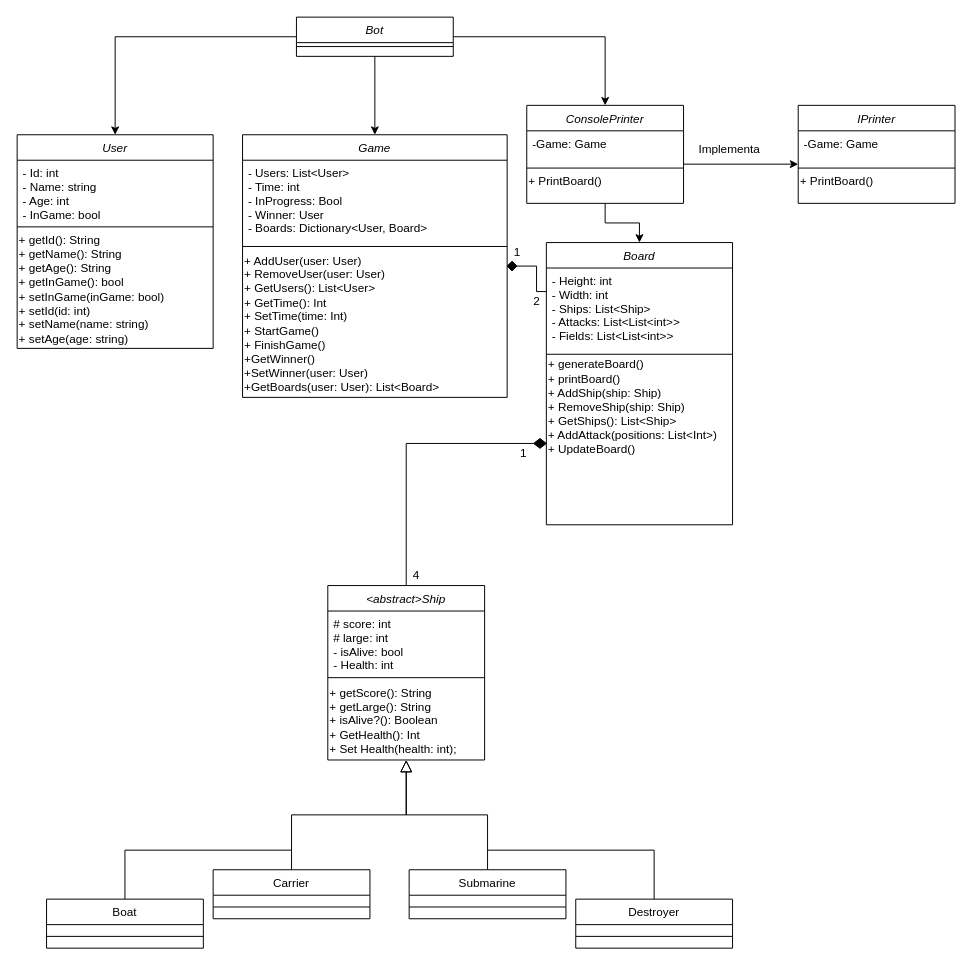
Before: docs/UML.drawio in Joelit0/Chatbot_Proyect, a draw.io diagram. Source tidied: cells renumbered, new cells numbered last; positions are measured from the earlier drawing's top-left corner, leaving out a move shared by most shapes. Both pictures are drawn from the tidied source at 98%, with x=0, y=0 at pixel (17, 17).
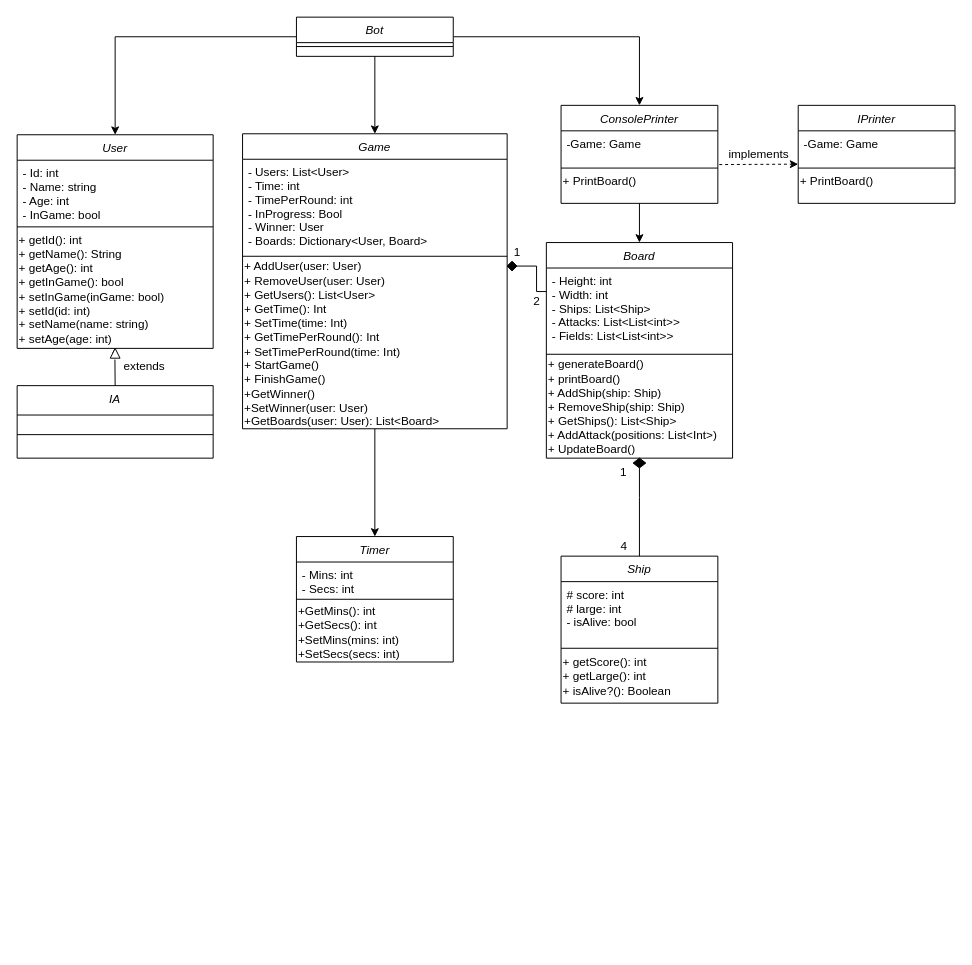
The same page after the edit.

The change refers to these unchanged cells:
```xml
<mxCell id="18" value="User" style="swimlane;fontStyle=2;align=center;verticalAlign=top;horizontal=1;startSize=26;rounded=0;shadow=0;strokeWidth=1;" parent="1" vertex="1">
  <mxGeometry y="120" width="200" height="218" as="geometry" />
</mxCell>
<mxCell id="36" value="-Game: Game" style="text;align=left;verticalAlign=top;spacingLeft=4;spacingRight=4;overflow=hidden;points=[[0,0.5],[1,0.5]];portConstraint=eastwest;rounded=0;shadow=0;html=0;" parent="35" vertex="1">
  <mxGeometry y="26" width="160" height="34" as="geometry" />
</mxCell>
<mxCell id="45" value="-Game: Game" style="text;align=left;verticalAlign=top;spacingLeft=4;spacingRight=4;overflow=hidden;points=[[0,0.5],[1,0.5]];portConstraint=eastwest;rounded=0;shadow=0;html=0;" parent="44" vertex="1">
  <mxGeometry y="26" width="160" height="34" as="geometry" />
</mxCell>
```

Diff of the diagram source:
```diff
@@
-    <mxCell id="2" value="&lt;abstract&gt;Ship" style="swimlane;fontStyle=2;align=center;verticalAlign=top;horizontal=1;startSize=26;rounded=0;shadow=0;strokeWidth=1;" parent="1" vertex="1">
-      <mxGeometry x="317" y="580" width="160" height="178" as="geometry" />
+    <mxCell id="2" value="Ship" style="swimlane;fontStyle=2;align=center;verticalAlign=top;horizontal=1;startSize=26;rounded=0;shadow=0;strokeWidth=1;" parent="1" vertex="1">
+      <mxGeometry x="555" y="550" width="160" height="150" as="geometry" />
     </mxCell>
-    <mxCell id="3" value="# score: int&#10;# large: int&#10;- isAlive: bool&#10;- Health: int" style="text;align=left;verticalAlign=top;spacingLeft=4;spacingRight=4;overflow=hidden;rounded=0;shadow=0;html=0;" parent="2" vertex="1">
+    <mxCell id="3" value="# score: int&#10;# large: int&#10;- isAlive: bool" style="text;align=left;verticalAlign=top;spacingLeft=4;spacingRight=4;overflow=hidden;rounded=0;shadow=0;html=0;" parent="2" vertex="1">
       <mxGeometry y="26" width="160" height="64" as="geometry" />
     </mxCell>
@@
-    <mxCell id="5" value="+ getScore(): String&lt;br&gt;+ getLarge(): String&lt;br&gt;+ isAlive?(): Boolean&lt;br&gt;+ GetHealth(): Int&lt;br&gt;+ Set Health(health: int);" style="text;html=1;align=left;verticalAlign=middle;strokeColor=none;fillColor=none;" parent="2" vertex="1">
-      <mxGeometry y="98" width="160" height="80" as="geometry" />
+    <mxCell id="5" value="+ getScore(): int&lt;br&gt;+ getLarge(): int&lt;br&gt;+ isAlive?(): Boolean" style="text;html=1;align=left;verticalAlign=middle;strokeColor=none;fillColor=none;" parent="2" vertex="1">
+      <mxGeometry y="98" width="160" height="50" as="geometry" />
     </mxCell>
-    <mxCell id="6" value="Carrier" style="swimlane;fontStyle=0;align=center;verticalAlign=top;horizontal=1;startSize=26;rounded=0;shadow=0;strokeWidth=1;" parent="1" vertex="1">
-      <mxGeometry x="200" y="870" width="160" height="50" as="geometry" />
-    </mxCell>
-    <mxCell id="7" style="line;html=1;strokeWidth=1;align=left;verticalAlign=middle;spacingTop=-1;spacingLeft=3;spacingRight=3;labelPosition=right;" parent="6" vertex="1">
-      <mxGeometry y="26" width="160" height="24" as="geometry" />
-    </mxCell>
-    <mxCell id="8" style="endArrow=block;endSize=10;endFill=0;shadow=0;strokeWidth=1;rounded=0;edgeStyle=elbowEdgeStyle;elbow=vertical;" parent="1" edge="1" source="6" target="2">
-      <mxGeometry relative="1" as="geometry" />
-    </mxCell>
-    <mxCell id="9" style="endArrow=block;endSize=10;endFill=0;shadow=0;strokeWidth=1;rounded=0;edgeStyle=elbowEdgeStyle;elbow=vertical;exitX=0.5;exitY=0;exitDx=0;exitDy=0;" parent="1" edge="1" source="10" target="2">
-      <mxGeometry relative="1" as="geometry" />
-    </mxCell>
-    <mxCell id="10" value="Submarine" style="swimlane;fontStyle=0;align=center;verticalAlign=top;horizontal=1;startSize=26;rounded=0;shadow=0;strokeWidth=1;" parent="1" vertex="1">
-      <mxGeometry x="400" y="870" width="160" height="50" as="geometry" />
-    </mxCell>
-    <mxCell id="11" style="line;html=1;strokeWidth=1;align=left;verticalAlign=middle;spacingTop=-1;spacingLeft=3;spacingRight=3;labelPosition=right;" parent="10" vertex="1">
-      <mxGeometry y="26" width="160" height="24" as="geometry" />
-    </mxCell>
-    <mxCell id="12" value="Boat" style="swimlane;fontStyle=0;align=center;verticalAlign=top;horizontal=1;startSize=26;rounded=0;shadow=0;strokeWidth=1;" parent="1" vertex="1">
-      <mxGeometry x="30" y="900" width="160" height="50" as="geometry" />
-    </mxCell>
-    <mxCell id="13" style="line;html=1;strokeWidth=1;align=left;verticalAlign=middle;spacingTop=-1;spacingLeft=3;spacingRight=3;labelPosition=right;" parent="12" vertex="1">
-      <mxGeometry y="26" width="160" height="24" as="geometry" />
-    </mxCell>
-    <mxCell id="14" value="Destroyer" style="swimlane;fontStyle=0;align=center;verticalAlign=top;horizontal=1;startSize=26;rounded=0;shadow=0;strokeWidth=1;" parent="1" vertex="1">
-      <mxGeometry x="570" y="900" width="160" height="50" as="geometry" />
-    </mxCell>
-    <mxCell id="15" style="line;html=1;strokeWidth=1;align=left;verticalAlign=middle;spacingTop=-1;spacingLeft=3;spacingRight=3;labelPosition=right;" parent="14" vertex="1">
-      <mxGeometry y="26" width="160" height="24" as="geometry" />
-    </mxCell>
-    <mxCell id="16" style="endArrow=none;html=1;rounded=0;exitX=0.5;exitY=0;exitDx=0;exitDy=0;" parent="1" edge="1" source="14">
-      <mxGeometry relative="1" as="geometry">
-        <mxPoint x="480" y="850" as="targetPoint" />
-        <Array as="points">
-          <mxPoint x="650" y="850" />
-        </Array>
-      </mxGeometry>
-    </mxCell>
-    <mxCell id="17" style="endArrow=none;html=1;rounded=0;exitX=0.5;exitY=0;exitDx=0;exitDy=0;" parent="1" edge="1" source="12">
-      <mxGeometry relative="1" as="geometry">
-        <mxPoint x="280" y="850" as="targetPoint" />
-        <Array as="points">
-          <mxPoint x="110" y="850" />
-        </Array>
-      </mxGeometry>
-    </mxCell>
@@
-    <mxCell id="21" value="+ getId(): String&lt;br&gt;+ getName(): String&lt;br&gt;+ getAge(): String&lt;br&gt;+ getInGame(): bool&lt;br&gt;+ setInGame(inGame: bool)&lt;br&gt;+ setId(id: int)&lt;br&gt;+ setName(name: string)&lt;br&gt;+ setAge(age: string)" style="text;html=1;align=left;verticalAlign=middle;points=[];strokeColor=none;fillColor=none;" parent="18" vertex="1">
+    <mxCell id="21" value="+ getId(): int&lt;br&gt;+ getName(): String&lt;br&gt;+ getAge(): int&lt;br&gt;+ getInGame(): bool&lt;br&gt;+ setInGame(inGame: bool)&lt;br&gt;+ setId(id: int)&lt;br&gt;+ setName(name: string)&lt;br&gt;+ setAge(age: int)" style="text;html=1;align=left;verticalAlign=middle;points=[];strokeColor=none;fillColor=none;" parent="18" vertex="1">
       <mxGeometry y="98" width="200" height="120" as="geometry" />
     </mxCell>
     <mxCell id="22" value="Board" style="swimlane;fontStyle=2;align=center;verticalAlign=top;horizontal=1;startSize=26;rounded=0;shadow=0;strokeWidth=1;" parent="1" vertex="1">
-      <mxGeometry x="540" y="230" width="190" height="288" as="geometry" />
+      <mxGeometry x="540" y="230" width="190" height="220" as="geometry" />
     </mxCell>
@@
     <mxCell id="31" value="Game" style="swimlane;fontStyle=2;align=center;verticalAlign=top;horizontal=1;startSize=26;rounded=0;shadow=0;strokeWidth=1;" parent="1" vertex="1">
-      <mxGeometry x="230" y="120" width="270" height="268" as="geometry" />
+      <mxGeometry x="230" y="119" width="270" height="301" as="geometry" />
     </mxCell>
-    <mxCell id="32" value="- Users: List&lt;User&gt;&#10;- Time: int&#10;- InProgress: Bool&#10;- Winner: User&#10;- Boards: Dictionary&lt;User, Board&gt;&#10;" style="text;align=left;verticalAlign=top;spacingLeft=4;spacingRight=4;overflow=hidden;rounded=0;shadow=0;html=0;" parent="31" vertex="1">
-      <mxGeometry y="26" width="270" height="84" as="geometry" />
+    <mxCell id="32" value="- Users: List&lt;User&gt;&#10;- Time: int&#10;- TimePerRound: int&#10;- InProgress: Bool&#10;- Winner: User&#10;- Boards: Dictionary&lt;User, Board&gt;&#10;" style="text;align=left;verticalAlign=top;spacingLeft=4;spacingRight=4;overflow=hidden;rounded=0;shadow=0;html=0;" parent="31" vertex="1">
+      <mxGeometry y="26" width="270" height="94" as="geometry" />
     </mxCell>
     <mxCell id="33" style="line;html=1;strokeWidth=1;align=left;verticalAlign=middle;spacingTop=-1;spacingLeft=3;spacingRight=3;labelPosition=right;" parent="31" vertex="1">
-      <mxGeometry y="110" width="270" height="8" as="geometry" />
+      <mxGeometry y="120" width="270" height="10" as="geometry" />
     </mxCell>
-    <mxCell id="34" value="+ AddUser(user: User)&lt;br&gt;+ RemoveUser(user: User)&lt;br&gt;+ GetUsers(): List&amp;lt;User&amp;gt;&lt;br&gt;+ GetTime(): Int&lt;br&gt;+ SetTime(time: Int)&lt;br&gt;+ StartGame()&lt;br&gt;+ FinishGame()&lt;br&gt;+GetWinner()&lt;br&gt;+SetWinner(user: User)&lt;br&gt;+GetBoards(user: User): List&amp;lt;Board&amp;gt;" style="text;html=1;align=left;verticalAlign=middle;strokeColor=none;fillColor=none;" parent="31" vertex="1">
-      <mxGeometry y="118" width="270" height="150" as="geometry" />
+    <mxCell id="34" value="+ AddUser(user: User)&lt;br&gt;+ RemoveUser(user: User)&lt;br&gt;+ GetUsers(): List&amp;lt;User&amp;gt;&lt;br&gt;+ GetTime(): Int&lt;br&gt;+ SetTime(time: Int)&lt;br&gt;+ GetTimePerRound(): Int&lt;br&gt;+ SetTimePerRound(time: Int)&lt;br&gt;+ StartGame()&lt;br&gt;+ FinishGame()&lt;br&gt;+GetWinner()&lt;br&gt;+SetWinner(user: User)&lt;br&gt;+GetBoards(user: User): List&amp;lt;Board&amp;gt;" style="text;html=1;align=left;verticalAlign=middle;strokeColor=none;fillColor=none;" parent="31" vertex="1">
+      <mxGeometry y="130" width="270" height="170" as="geometry" />
     </mxCell>
     <mxCell id="35" value="ConsolePrinter" style="swimlane;fontStyle=2;align=center;verticalAlign=top;horizontal=1;startSize=26;rounded=0;shadow=0;strokeWidth=1;" parent="1" vertex="1">
-      <mxGeometry x="520" y="90" width="160" height="100" as="geometry" />
+      <mxGeometry x="555" y="90" width="160" height="100" as="geometry" />
     </mxCell>
@@
-    <mxCell id="48" style="endArrow=classic;html=1;rounded=0;entryX=0;entryY=1;entryDx=0;entryDy=0;entryPerimeter=0;" parent="1" edge="1" target="45">
-      <mxGeometry relative="1" as="geometry">
-        <mxPoint x="680" y="150" as="sourcePoint" />
-      </mxGeometry>
-    </mxCell>
-    <mxCell id="49" value="Implementa" style="text;html=1;strokeColor=none;fillColor=none;align=center;verticalAlign=middle;whiteSpace=wrap;rounded=0;" parent="1" vertex="1">
-      <mxGeometry x="697" y="120" width="60" height="30" as="geometry" />
+    <mxCell id="49" value="implements" style="text;html=1;strokeColor=none;fillColor=none;align=center;verticalAlign=middle;whiteSpace=wrap;rounded=0;" parent="1" vertex="1">
+      <mxGeometry x="727" y="125" width="60" height="30" as="geometry" />
     </mxCell>
-    <mxCell id="50" style="rhombus;whiteSpace=wrap;html=1;fillColor=#000000;" parent="1" vertex="1">
-      <mxGeometry x="527" y="430" width="13" height="10" as="geometry" />
-    </mxCell>
-    <mxCell id="51" style="endArrow=none;html=1;rounded=0;exitX=0.5;exitY=0;exitDx=0;exitDy=0;entryX=0;entryY=0.5;entryDx=0;entryDy=0;" parent="1" edge="1" source="2" target="50">
-      <mxGeometry relative="1" as="geometry">
-        <Array as="points">
-          <mxPoint x="397" y="435" />
-        </Array>
-      </mxGeometry>
+    <mxCell id="51" style="endArrow=none;html=1;rounded=0;exitX=0.5;exitY=0;exitDx=0;exitDy=0;entryX=0.5;entryY=1;entryDx=0;entryDy=0;startArrow=none;" parent="1" edge="1" source="59" target="22">
+      <mxGeometry relative="1" as="geometry" />
     </mxCell>
     <mxCell id="52" value="1" style="text;html=1;strokeColor=none;fillColor=none;align=center;verticalAlign=middle;whiteSpace=wrap;rounded=0;" parent="1" vertex="1">
-      <mxGeometry x="487" y="430" width="60" height="30" as="geometry" />
+      <mxGeometry x="588.5" y="450" width="60" height="30" as="geometry" />
     </mxCell>
     <mxCell id="53" value="4" style="text;html=1;align=center;verticalAlign=middle;strokeColor=none;fillColor=none;" parent="1" vertex="1">
-      <mxGeometry x="397" y="560" width="20" height="20" as="geometry" />
+      <mxGeometry x="608.5" y="530" width="20" height="20" as="geometry" />
     </mxCell>
+    <mxCell id="54" style="endArrow=classic;html=1;rounded=0;dashed=1;exitX=1.009;exitY=1.013;exitDx=0;exitDy=0;exitPerimeter=0;" parent="1" edge="1" source="36">
+      <mxGeometry relative="1" as="geometry">
+        <mxPoint x="797" y="150" as="targetPoint" />
+      </mxGeometry>
+    </mxCell>
+    <mxCell id="55" value="Timer" style="swimlane;fontStyle=2;align=center;verticalAlign=top;horizontal=1;startSize=26;rounded=0;shadow=0;strokeWidth=1;" parent="1" vertex="1">
+      <mxGeometry x="285" y="530" width="160" height="128" as="geometry" />
+    </mxCell>
+    <mxCell id="56" value="- Mins: int&#10;- Secs: int" style="text;align=left;verticalAlign=top;spacingLeft=4;spacingRight=4;overflow=hidden;rounded=0;shadow=0;html=0;" parent="55" vertex="1">
+      <mxGeometry y="26" width="160" height="34" as="geometry" />
+    </mxCell>
+    <mxCell id="57" style="line;html=1;strokeWidth=1;align=left;verticalAlign=middle;spacingTop=-1;spacingLeft=3;spacingRight=3;labelPosition=right;" parent="55" vertex="1">
+      <mxGeometry y="60" width="160" height="8" as="geometry" />
+    </mxCell>
+    <mxCell id="58" value="+GetMins(): int&lt;br&gt;+GetSecs(): int&lt;br&gt;+SetMins(mins: int)&lt;br&gt;+SetSecs(secs: int)" style="text;html=1;align=left;verticalAlign=middle;strokeColor=none;fillColor=none;" parent="55" vertex="1">
+      <mxGeometry y="68" width="160" height="60" as="geometry" />
+    </mxCell>
+    <mxCell id="59" style="rhombus;whiteSpace=wrap;html=1;fillColor=#000000;" parent="1" vertex="1">
+      <mxGeometry x="628.5" y="450" width="13" height="10" as="geometry" />
+    </mxCell>
+    <mxCell id="60" style="endArrow=none;html=1;rounded=0;exitX=0.5;exitY=0;exitDx=0;exitDy=0;entryX=0.5;entryY=1;entryDx=0;entryDy=0;" parent="1" edge="1" source="2" target="59">
+      <mxGeometry relative="1" as="geometry">
+        <Array as="points">
+          <mxPoint x="635" y="490" />
+        </Array>
+      </mxGeometry>
+    </mxCell>
+    <mxCell id="61" style="endArrow=classic;html=1;rounded=0;exitX=0.5;exitY=1;exitDx=0;exitDy=0;" parent="1" edge="1" source="31" target="55">
+      <mxGeometry relative="1" as="geometry" />
+    </mxCell>
+    <mxCell id="62" value="IA" style="swimlane;fontStyle=2;align=center;verticalAlign=top;horizontal=1;startSize=30;rounded=0;shadow=0;strokeWidth=1;" parent="1" vertex="1">
+      <mxGeometry y="376" width="200" height="74" as="geometry" />
+    </mxCell>
+    <mxCell id="63" style="line;html=1;strokeWidth=1;align=left;verticalAlign=middle;spacingTop=-1;spacingLeft=3;spacingRight=3;labelPosition=right;" parent="62" vertex="1">
+      <mxGeometry y="30" width="200" height="40" as="geometry" />
+    </mxCell>
+    <mxCell id="64" style="endArrow=none;html=1;rounded=0;strokeColor=#000000;exitX=0.5;exitY=0;exitDx=0;exitDy=0;entryX=0.5;entryY=1.003;entryDx=0;entryDy=0;entryPerimeter=0;startArrow=none;" parent="1" edge="1" source="65" target="21">
+      <mxGeometry relative="1" as="geometry" />
+    </mxCell>
+    <mxCell id="65" style="triangle;whiteSpace=wrap;html=1;rotation=-90;" parent="1" vertex="1">
+      <mxGeometry x="95" y="338" width="10" height="10" as="geometry" />
+    </mxCell>
+    <mxCell id="66" style="endArrow=none;html=1;rounded=0;strokeColor=#000000;exitX=0.5;exitY=0;exitDx=0;exitDy=0;entryX=-0.143;entryY=0.477;entryDx=0;entryDy=0;entryPerimeter=0;" parent="1" edge="1" source="62" target="65">
+      <mxGeometry relative="1" as="geometry" />
+    </mxCell>
+    <mxCell id="67" value="extends" style="text;html=1;strokeColor=none;fillColor=none;align=center;verticalAlign=middle;whiteSpace=wrap;rounded=0;" parent="1" vertex="1">
+      <mxGeometry x="120" y="348" width="20" height="18" as="geometry" />
+    </mxCell>
```
